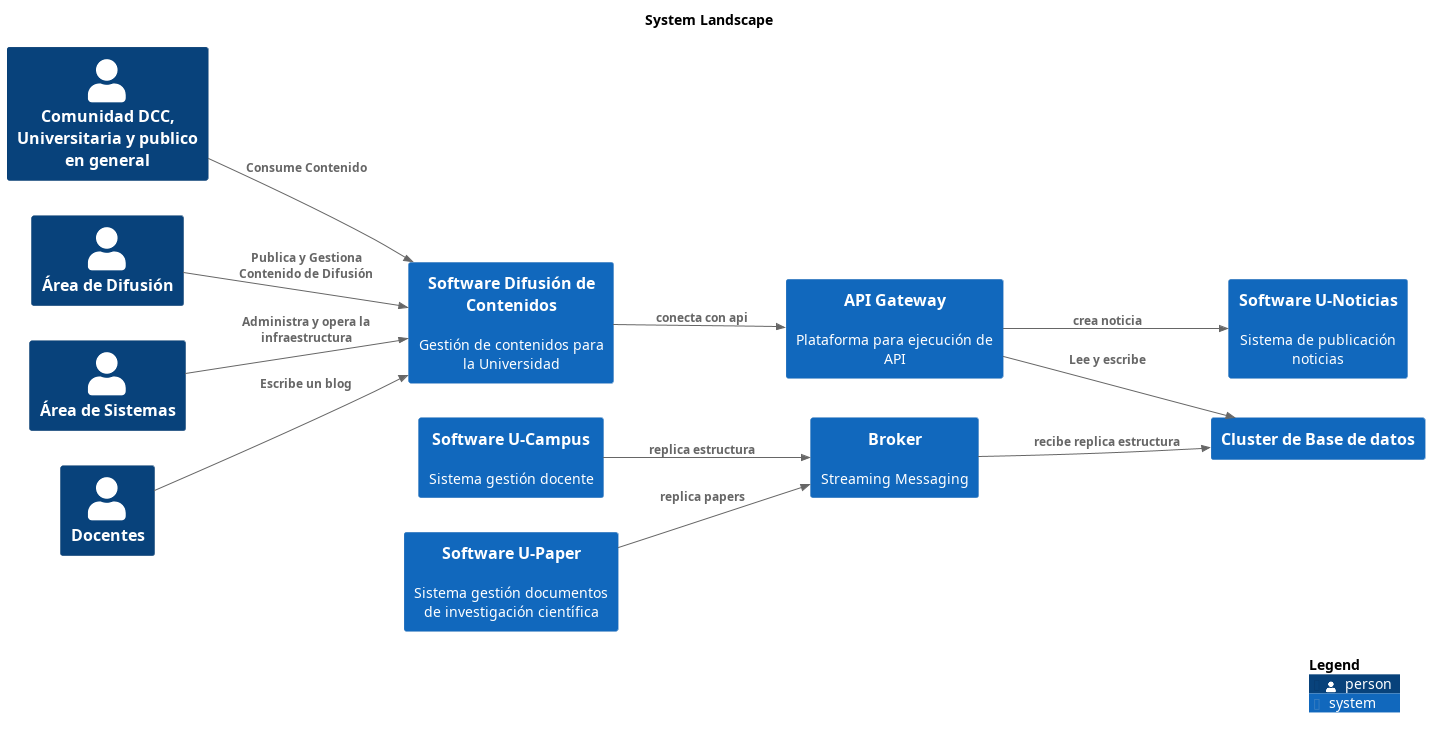
The PlantUML diagram build/serve/master/png/SystemLandscape-001.png in nbrx/c4-dcc-arq, before a commit. Its diagram source:
```plantuml
@startuml
set separator none
title System Landscape

left to right direction

!include <C4/C4>
!include <C4/C4_Context>

Person(ComunidadDCCUniversitariaypublicoengeneral, "Comunidad DCC, Universitaria y publico en general", "", $tags="")
Person(ÁreadeDifusión, "Área de Difusión", "", $tags="")
System(SoftwareUNoticias, "Software U-Noticias", "Sistema de publicación noticias", $tags="")
System(SoftwareUCampus, "Software U-Campus", "Sistema gestión docente", $tags="")
Person(ÁreadeSistemas, "Área de Sistemas", "", $tags="")
System(SoftwareUPaper, "Software U-Paper", "Sistema gestión documentos de investigación científica", $tags="")
Person(Docentes, "Docentes", "", $tags="")
System(APIGateway, "API Gateway", "Plataforma para ejecución de API", $tags="")
System(ClusterdeBasededatos, "Cluster de Base de datos", "", $tags="")
System(SoftwareDifusióndeContenidos, "Software Difusión de Contenidos", "Gestión de contenidos para la Universidad", $tags="")
System(Broker, "Broker", "Streaming Messaging", $tags="")

Rel_D(Broker, ClusterdeBasededatos, "recibe replica estructura", $tags="")
Rel_D(SoftwareUCampus, Broker, "replica estructura", $tags="")
Rel_D(SoftwareUPaper, Broker, "replica papers", $tags="")
Rel_D(APIGateway, SoftwareUNoticias, "crea noticia", $tags="")
Rel_D(ComunidadDCCUniversitariaypublicoengeneral, SoftwareDifusióndeContenidos, "Consume Contenido", $tags="")
Rel_D(Docentes, SoftwareDifusióndeContenidos, "Escribe un blog", $tags="")
Rel_D(ÁreadeDifusión, SoftwareDifusióndeContenidos, "Publica y Gestiona Contenido de Difusión", $tags="")
Rel_D(ÁreadeSistemas, SoftwareDifusióndeContenidos, "Administra y opera la infraestructura", $tags="")
Rel_D(SoftwareDifusióndeContenidos, APIGateway, "conecta con api", $tags="")
Rel_D(APIGateway, ClusterdeBasededatos, "Lee y escribe", $tags="")

SHOW_LEGEND(true)
@enduml
```
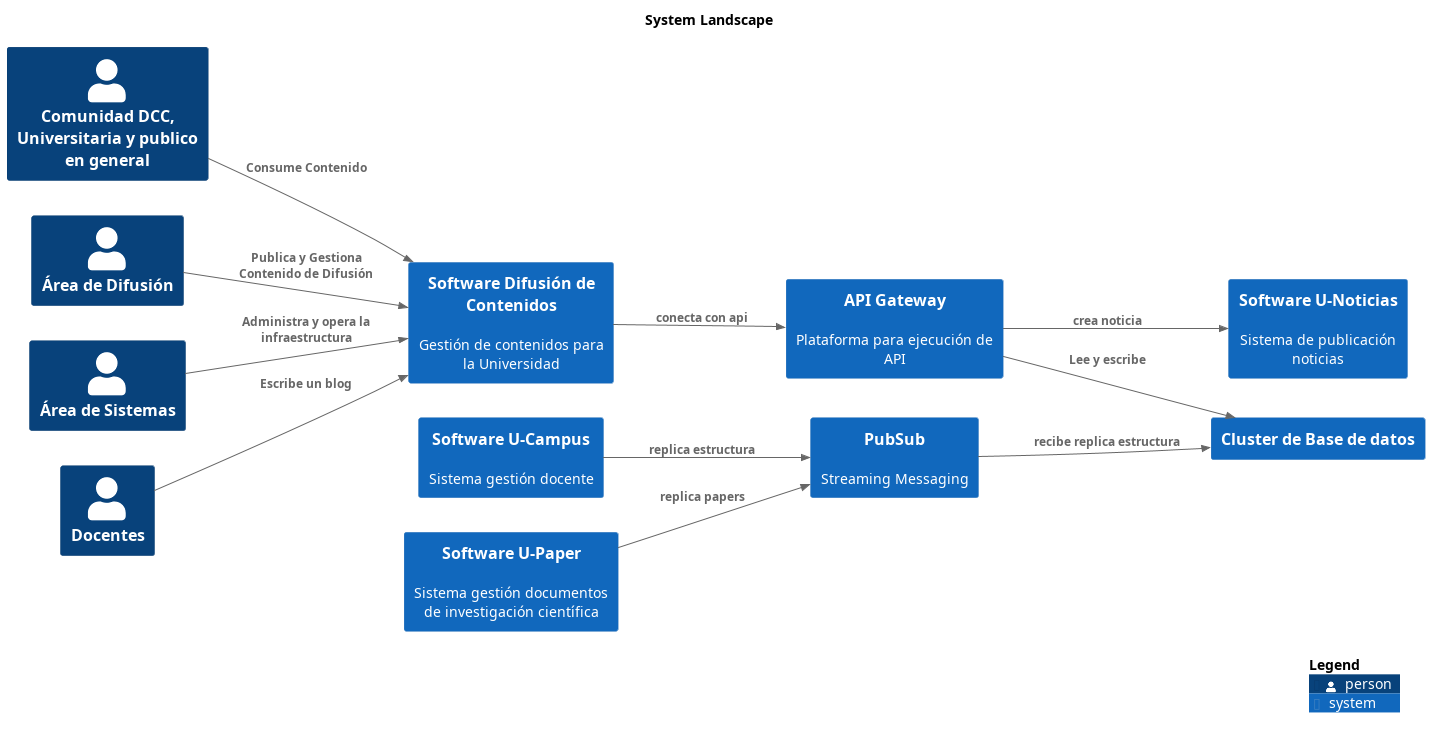
The same file after the commit.

Diff of the diagram source:
```diff
@@ -17,11 +17,11 @@
 System(APIGateway, "API Gateway", "Plataforma para ejecución de API", $tags="")
 System(ClusterdeBasededatos, "Cluster de Base de datos", "", $tags="")
 System(SoftwareDifusióndeContenidos, "Software Difusión de Contenidos", "Gestión de contenidos para la Universidad", $tags="")
-System(Broker, "Broker", "Streaming Messaging", $tags="")
+System(PubSub, "PubSub", "Streaming Messaging", $tags="")
 
-Rel_D(Broker, ClusterdeBasededatos, "recibe replica estructura", $tags="")
-Rel_D(SoftwareUCampus, Broker, "replica estructura", $tags="")
-Rel_D(SoftwareUPaper, Broker, "replica papers", $tags="")
+Rel_D(PubSub, ClusterdeBasededatos, "recibe replica estructura", $tags="")
+Rel_D(SoftwareUCampus, PubSub, "replica estructura", $tags="")
+Rel_D(SoftwareUPaper, PubSub, "replica papers", $tags="")
 Rel_D(APIGateway, SoftwareUNoticias, "crea noticia", $tags="")
 Rel_D(ComunidadDCCUniversitariaypublicoengeneral, SoftwareDifusióndeContenidos, "Consume Contenido", $tags="")
 Rel_D(Docentes, SoftwareDifusióndeContenidos, "Escribe un blog", $tags="")
```
